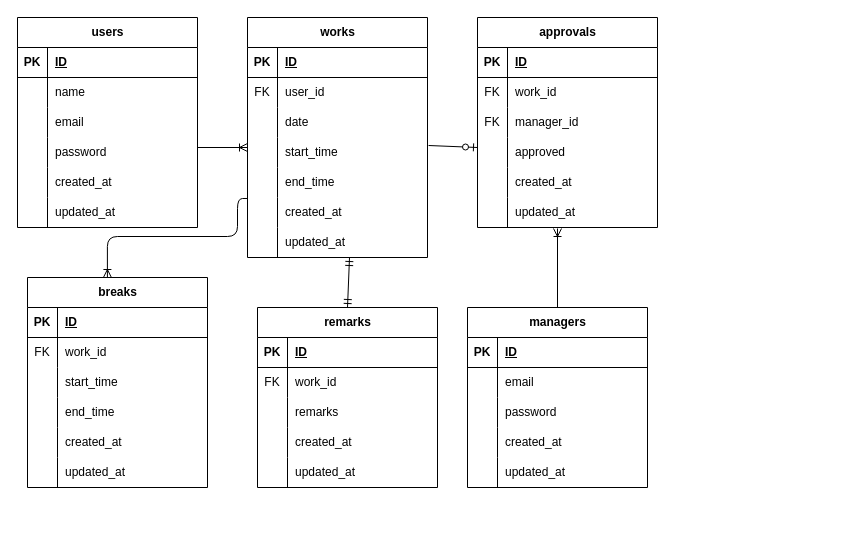
Earlier version of the draw.io diagram kintai-app.dio (aya1204/kintai-app). Source tidied: cells renumbered, new cells numbered last; positions are measured from the earlier drawing's top-left corner, leaving out a move shared by most shapes. Both pictures are drawn from the tidied source at 100%, with x=0, y=0 at pixel (17, 17).
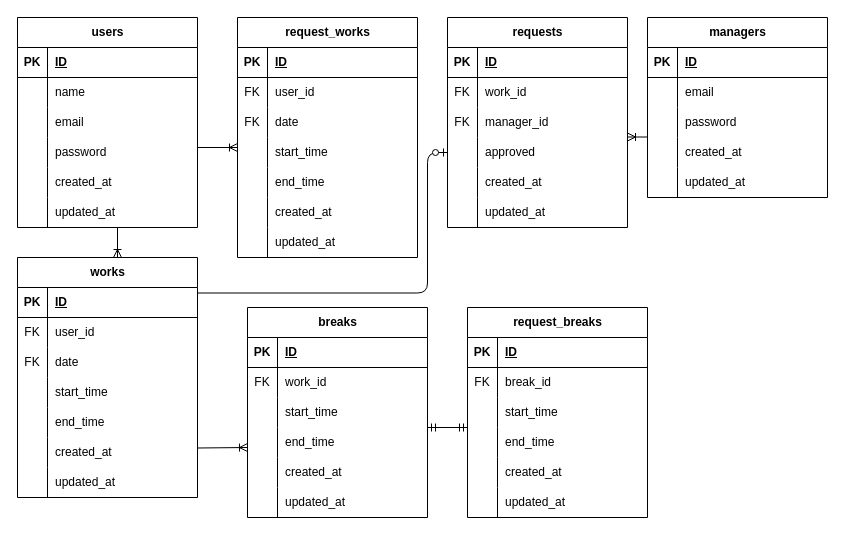
The same diagram, later.

The change refers to these unchanged cells:
```xml
<mxCell id="44" style="shape=tableRow;horizontal=0;startSize=0;swimlaneHead=0;swimlaneBody=0;fillColor=none;top=0;left=0;right=0;bottom=0;" parent="37" vertex="1">
  <mxGeometry y="90" width="180" height="30" as="geometry" />
</mxCell>
<mxCell id="47" style="shape=tableRow;horizontal=0;startSize=0;swimlaneHead=0;swimlaneBody=0;fillColor=none;points=[[0,0.5],[1,0.5]];portConstraint=eastwest;top=0;left=0;right=0;bottom=0;" parent="37" vertex="1">
  <mxGeometry y="120" width="180" height="30" as="geometry" />
</mxCell>
<mxCell id="53" style="shape=tableRow;horizontal=0;startSize=0;swimlaneHead=0;swimlaneBody=0;fillColor=none;points=[[0,0.5],[1,0.5]];portConstraint=eastwest;top=0;left=0;right=0;bottom=0;" parent="37" vertex="1">
  <mxGeometry y="180" width="180" height="30" as="geometry" />
</mxCell>
<mxCell id="104" style="shape=tableRow;horizontal=0;startSize=0;swimlaneHead=0;swimlaneBody=0;fillColor=none;points=[[0,0.5],[1,0.5]];portConstraint=eastwest;top=0;left=0;right=0;bottom=0;" parent="94" vertex="1">
  <mxGeometry y="120" width="180" height="30" as="geometry" />
</mxCell>
```

What changed in the source:
```diff
@@
     <mxCell id="21" value="managers" style="shape=table;startSize=30;childLayout=tableLayout;rowLines=0;fontStyle=1;align=center;html=1;" parent="1" vertex="1">
-      <mxGeometry x="450" y="290" width="180" height="180" as="geometry" />
+      <mxGeometry x="630" width="180" height="180" as="geometry" />
     </mxCell>
@@
     <mxCell id="37" value="works" style="shape=table;startSize=30;childLayout=tableLayout;rowLines=0;fontStyle=1;align=center;html=1;" parent="1" vertex="1">
-      <mxGeometry x="230" width="180" height="240" as="geometry" />
+      <mxGeometry y="240" width="180" height="240" as="geometry" />
     </mxCell>
@@
-    <mxCell id="45" style="shape=partialRectangle;fillColor=none;top=0;left=0;bottom=0;right=0;overflow=hidden;whiteSpace=wrap;html=1;" parent="44" vertex="1">
+    <mxCell id="45" value="FK" style="shape=partialRectangle;fillColor=none;top=0;left=0;bottom=0;right=0;overflow=hidden;whiteSpace=wrap;html=1;" parent="44" vertex="1">
       <mxGeometry width="30" height="30" as="geometry" />
     </mxCell>
@@
     <mxCell id="59" value="breaks" style="shape=table;startSize=30;childLayout=tableLayout;rowLines=0;fontStyle=1;align=center;html=1;" parent="1" vertex="1">
-      <mxGeometry x="10" y="260" width="180" height="210" as="geometry" />
+      <mxGeometry x="230" y="290" width="180" height="210" as="geometry" />
     </mxCell>
@@
-    <mxCell id="78" value="remarks" style="shape=table;startSize=30;childLayout=tableLayout;rowLines=0;fontStyle=1;align=center;html=1;" parent="1" vertex="1">
-      <mxGeometry x="240" y="290" width="180" height="180" as="geometry" />
-    </mxCell>
-    <mxCell id="79" style="shape=tableRow;horizontal=0;startSize=0;swimlaneHead=0;swimlaneBody=0;fillColor=none;top=0;left=0;right=0;bottom=1;" parent="78" vertex="1">
-      <mxGeometry y="30" width="180" height="30" as="geometry" />
-    </mxCell>
-    <mxCell id="80" value="PK" style="shape=partialRectangle;fillColor=none;top=0;left=0;bottom=0;right=0;fontStyle=1;overflow=hidden;whiteSpace=wrap;html=1;" parent="79" vertex="1">
-      <mxGeometry width="30" height="30" as="geometry" />
-    </mxCell>
-    <mxCell id="81" value="ID" style="shape=partialRectangle;fillColor=none;top=0;left=0;bottom=0;right=0;align=left;spacingLeft=6;fontStyle=5;overflow=hidden;whiteSpace=wrap;html=1;" parent="79" vertex="1">
-      <mxGeometry x="30" width="150" height="30" as="geometry" />
-    </mxCell>
-    <mxCell id="82" style="shape=tableRow;horizontal=0;startSize=0;swimlaneHead=0;swimlaneBody=0;fillColor=none;top=0;left=0;right=0;bottom=0;" parent="78" vertex="1">
-      <mxGeometry y="60" width="180" height="30" as="geometry" />
-    </mxCell>
-    <mxCell id="83" value="FK" style="shape=partialRectangle;fillColor=none;top=0;left=0;bottom=0;right=0;overflow=hidden;whiteSpace=wrap;html=1;" parent="82" vertex="1">
-      <mxGeometry width="30" height="30" as="geometry" />
-    </mxCell>
-    <mxCell id="84" value="work_id" style="shape=partialRectangle;fillColor=none;top=0;left=0;bottom=0;right=0;align=left;spacingLeft=6;overflow=hidden;whiteSpace=wrap;html=1;" parent="82" vertex="1">
-      <mxGeometry x="30" width="150" height="30" as="geometry" />
-    </mxCell>
-    <mxCell id="85" style="shape=tableRow;horizontal=0;startSize=0;swimlaneHead=0;swimlaneBody=0;fillColor=none;top=0;left=0;right=0;bottom=0;" parent="78" vertex="1">
-      <mxGeometry y="90" width="180" height="30" as="geometry" />
-    </mxCell>
-    <mxCell id="86" style="shape=partialRectangle;fillColor=none;top=0;left=0;bottom=0;right=0;overflow=hidden;whiteSpace=wrap;html=1;" parent="85" vertex="1">
-      <mxGeometry width="30" height="30" as="geometry" />
-    </mxCell>
-    <mxCell id="87" value="remarks" style="shape=partialRectangle;fillColor=none;top=0;left=0;bottom=0;right=0;align=left;spacingLeft=6;overflow=hidden;whiteSpace=wrap;html=1;" parent="85" vertex="1">
-      <mxGeometry x="30" width="150" height="30" as="geometry" />
-    </mxCell>
-    <mxCell id="88" style="shape=tableRow;horizontal=0;startSize=0;swimlaneHead=0;swimlaneBody=0;fillColor=none;top=0;left=0;right=0;bottom=0;" parent="78" vertex="1">
-      <mxGeometry y="120" width="180" height="30" as="geometry" />
-    </mxCell>
-    <mxCell id="89" style="shape=partialRectangle;fillColor=none;top=0;left=0;bottom=0;right=0;overflow=hidden;whiteSpace=wrap;html=1;" parent="88" vertex="1">
-      <mxGeometry width="30" height="30" as="geometry" />
-    </mxCell>
-    <mxCell id="90" value="created_at" style="shape=partialRectangle;fillColor=none;top=0;left=0;bottom=0;right=0;align=left;spacingLeft=6;overflow=hidden;whiteSpace=wrap;html=1;" parent="88" vertex="1">
-      <mxGeometry x="30" width="150" height="30" as="geometry" />
-    </mxCell>
-    <mxCell id="91" style="shape=tableRow;horizontal=0;startSize=0;swimlaneHead=0;swimlaneBody=0;fillColor=none;top=0;left=0;right=0;bottom=0;" parent="78" vertex="1">
-      <mxGeometry y="150" width="180" height="30" as="geometry" />
-    </mxCell>
-    <mxCell id="92" style="shape=partialRectangle;fillColor=none;top=0;left=0;bottom=0;right=0;overflow=hidden;whiteSpace=wrap;html=1;" parent="91" vertex="1">
-      <mxGeometry width="30" height="30" as="geometry" />
-    </mxCell>
-    <mxCell id="93" value="updated_at" style="shape=partialRectangle;fillColor=none;top=0;left=0;bottom=0;right=0;align=left;spacingLeft=6;overflow=hidden;whiteSpace=wrap;html=1;" parent="91" vertex="1">
-      <mxGeometry x="30" width="150" height="30" as="geometry" />
-    </mxCell>
-    <mxCell id="94" value="approvals" style="shape=table;startSize=30;childLayout=tableLayout;rowLines=0;fontStyle=1;align=center;html=1;" parent="1" vertex="1">
-      <mxGeometry x="460" width="180" height="210" as="geometry" />
+    <mxCell id="94" value="requests" style="shape=table;startSize=30;childLayout=tableLayout;rowLines=0;fontStyle=1;align=center;html=1;" parent="1" vertex="1">
+      <mxGeometry x="430" width="180" height="210" as="geometry" />
     </mxCell>
@@
-    <mxCell id="113" style="fontSize=12;html=1;endArrow=ERoneToMany;exitX=0.5;exitY=0;exitDx=0;exitDy=0;" parent="1" edge="1" source="21">
+    <mxCell id="113" style="fontSize=12;html=1;endArrow=ERoneToMany;" parent="1" edge="1">
       <mxGeometry relative="1" as="geometry">
-        <mxPoint x="540" y="211" as="targetPoint" />
+        <mxPoint x="630" y="119.5" as="sourcePoint" />
+        <mxPoint x="610" y="119.5" as="targetPoint" />
       </mxGeometry>
     </mxCell>
-    <mxCell id="114" style="fontSize=12;html=1;endArrow=ERoneToMany;edgeStyle=orthogonalEdgeStyle;entryX=0.444;entryY=0;entryDx=0;entryDy=0;entryPerimeter=0;exitX=0;exitY=0.033;exitDx=0;exitDy=0;exitPerimeter=0;" parent="1" edge="1" source="53" target="59">
+    <mxCell id="114" style="fontSize=12;html=1;endArrow=ERoneToMany;exitX=1.011;exitY=0.183;exitDx=0;exitDy=0;exitPerimeter=0;" parent="1" edge="1">
       <mxGeometry relative="1" as="geometry">
-        <Array as="points">
-          <mxPoint x="220" y="181" />
-          <mxPoint x="220" y="219" />
-          <mxPoint x="90" y="219" />
-        </Array>
+        <mxPoint x="180" y="430.5" as="sourcePoint" />
+        <mxPoint x="230" y="430" as="targetPoint" />
       </mxGeometry>
     </mxCell>
-    <mxCell id="115" style="fontSize=12;html=1;endArrow=ERmandOne;startArrow=ERmandOne;exitX=0.5;exitY=0;exitDx=0;exitDy=0;" parent="1" edge="1" source="78">
-      <mxGeometry relative="1" as="geometry">
-        <mxPoint x="332" y="240" as="targetPoint" />
-      </mxGeometry>
-    </mxCell>
     <mxCell id="116" style="fontSize=12;html=1;endArrow=ERoneToMany;exitX=0;exitY=0.5;exitDx=0;exitDy=0;" parent="1" edge="1">
       <mxGeometry relative="1" as="geometry">
         <mxPoint x="180" y="130" as="sourcePoint" />
-        <mxPoint x="230" y="130" as="targetPoint" />
+        <mxPoint x="220" y="130" as="targetPoint" />
       </mxGeometry>
     </mxCell>
-    <mxCell id="117" style="fontSize=12;html=1;endArrow=ERzeroToOne;endFill=1;exitX=1.006;exitY=0.267;exitDx=0;exitDy=0;exitPerimeter=0;" parent="1" edge="1" source="47">
+    <mxCell id="117" style="fontSize=12;html=1;endArrow=ERzeroToOne;endFill=1;exitX=1.011;exitY=0.083;exitDx=0;exitDy=0;exitPerimeter=0;edgeStyle=orthogonalEdgeStyle;entryX=0;entryY=0.5;entryDx=0;entryDy=0;" parent="1" edge="1" target="104">
       <mxGeometry relative="1" as="geometry">
-        <mxPoint x="460" y="130" as="targetPoint" />
+        <mxPoint x="180" y="275.5" as="sourcePoint" />
+        <Array as="points">
+          <mxPoint x="410" y="276" />
+          <mxPoint x="410" y="135" />
+        </Array>
       </mxGeometry>
     </mxCell>
+    <mxCell id="118" value="request_works" style="shape=table;startSize=30;childLayout=tableLayout;rowLines=0;fontStyle=1;align=center;html=1;" parent="1" vertex="1">
+      <mxGeometry x="220" width="180" height="240" as="geometry" />
+    </mxCell>
+    <mxCell id="119" style="shape=tableRow;horizontal=0;startSize=0;swimlaneHead=0;swimlaneBody=0;fillColor=none;top=0;left=0;right=0;bottom=1;" parent="118" vertex="1">
+      <mxGeometry y="30" width="180" height="30" as="geometry" />
+    </mxCell>
+    <mxCell id="120" value="PK" style="shape=partialRectangle;fillColor=none;top=0;left=0;bottom=0;right=0;fontStyle=1;overflow=hidden;whiteSpace=wrap;html=1;" parent="119" vertex="1">
+      <mxGeometry width="30" height="30" as="geometry" />
+    </mxCell>
+    <mxCell id="121" value="ID" style="shape=partialRectangle;fillColor=none;top=0;left=0;bottom=0;right=0;align=left;spacingLeft=6;fontStyle=5;overflow=hidden;whiteSpace=wrap;html=1;" parent="119" vertex="1">
+      <mxGeometry x="30" width="150" height="30" as="geometry" />
+    </mxCell>
+    <mxCell id="122" style="shape=tableRow;horizontal=0;startSize=0;swimlaneHead=0;swimlaneBody=0;fillColor=none;top=0;left=0;right=0;bottom=0;" parent="118" vertex="1">
+      <mxGeometry y="60" width="180" height="30" as="geometry" />
+    </mxCell>
+    <mxCell id="123" value="FK" style="shape=partialRectangle;fillColor=none;top=0;left=0;bottom=0;right=0;overflow=hidden;whiteSpace=wrap;html=1;" parent="122" vertex="1">
+      <mxGeometry width="30" height="30" as="geometry" />
+    </mxCell>
+    <mxCell id="124" value="user_id" style="shape=partialRectangle;fillColor=none;top=0;left=0;bottom=0;right=0;align=left;spacingLeft=6;overflow=hidden;whiteSpace=wrap;html=1;" parent="122" vertex="1">
+      <mxGeometry x="30" width="150" height="30" as="geometry" />
+    </mxCell>
+    <mxCell id="125" style="shape=tableRow;horizontal=0;startSize=0;swimlaneHead=0;swimlaneBody=0;fillColor=none;top=0;left=0;right=0;bottom=0;" parent="118" vertex="1">
+      <mxGeometry y="90" width="180" height="30" as="geometry" />
+    </mxCell>
+    <mxCell id="126" value="FK" style="shape=partialRectangle;fillColor=none;top=0;left=0;bottom=0;right=0;overflow=hidden;whiteSpace=wrap;html=1;" parent="125" vertex="1">
+      <mxGeometry width="30" height="30" as="geometry" />
+    </mxCell>
+    <mxCell id="127" value="date" style="shape=partialRectangle;fillColor=none;top=0;left=0;bottom=0;right=0;align=left;spacingLeft=6;overflow=hidden;whiteSpace=wrap;html=1;" parent="125" vertex="1">
+      <mxGeometry x="30" width="150" height="30" as="geometry" />
+    </mxCell>
+    <mxCell id="128" style="shape=tableRow;horizontal=0;startSize=0;swimlaneHead=0;swimlaneBody=0;fillColor=none;top=0;left=0;right=0;bottom=0;" parent="118" vertex="1">
+      <mxGeometry y="120" width="180" height="30" as="geometry" />
+    </mxCell>
+    <mxCell id="129" style="shape=partialRectangle;fillColor=none;top=0;left=0;bottom=0;right=0;overflow=hidden;whiteSpace=wrap;html=1;" parent="128" vertex="1">
+      <mxGeometry width="30" height="30" as="geometry" />
+    </mxCell>
+    <mxCell id="130" value="start_time" style="shape=partialRectangle;fillColor=none;top=0;left=0;bottom=0;right=0;align=left;spacingLeft=6;overflow=hidden;whiteSpace=wrap;html=1;" parent="128" vertex="1">
+      <mxGeometry x="30" width="150" height="30" as="geometry" />
+    </mxCell>
+    <mxCell id="131" style="shape=tableRow;horizontal=0;startSize=0;swimlaneHead=0;swimlaneBody=0;fillColor=none;top=0;left=0;right=0;bottom=0;" parent="118" vertex="1">
+      <mxGeometry y="150" width="180" height="30" as="geometry" />
+    </mxCell>
+    <mxCell id="132" style="shape=partialRectangle;fillColor=none;top=0;left=0;bottom=0;right=0;overflow=hidden;whiteSpace=wrap;html=1;" parent="131" vertex="1">
+      <mxGeometry width="30" height="30" as="geometry" />
+    </mxCell>
+    <mxCell id="133" value="end_time" style="shape=partialRectangle;fillColor=none;top=0;left=0;bottom=0;right=0;align=left;spacingLeft=6;overflow=hidden;whiteSpace=wrap;html=1;" parent="131" vertex="1">
+      <mxGeometry x="30" width="150" height="30" as="geometry" />
+    </mxCell>
+    <mxCell id="134" style="shape=tableRow;horizontal=0;startSize=0;swimlaneHead=0;swimlaneBody=0;fillColor=none;top=0;left=0;right=0;bottom=0;" parent="118" vertex="1">
+      <mxGeometry y="180" width="180" height="30" as="geometry" />
+    </mxCell>
+    <mxCell id="135" style="shape=partialRectangle;fillColor=none;top=0;left=0;bottom=0;right=0;overflow=hidden;whiteSpace=wrap;html=1;" parent="134" vertex="1">
+      <mxGeometry width="30" height="30" as="geometry" />
+    </mxCell>
+    <mxCell id="136" value="created_at" style="shape=partialRectangle;fillColor=none;top=0;left=0;bottom=0;right=0;align=left;spacingLeft=6;overflow=hidden;whiteSpace=wrap;html=1;" parent="134" vertex="1">
+      <mxGeometry x="30" width="150" height="30" as="geometry" />
+    </mxCell>
+    <mxCell id="137" style="shape=tableRow;horizontal=0;startSize=0;swimlaneHead=0;swimlaneBody=0;fillColor=none;top=0;left=0;right=0;bottom=0;" parent="118" vertex="1">
+      <mxGeometry y="210" width="180" height="30" as="geometry" />
+    </mxCell>
+    <mxCell id="138" style="shape=partialRectangle;fillColor=none;top=0;left=0;bottom=0;right=0;overflow=hidden;whiteSpace=wrap;html=1;" parent="137" vertex="1">
+      <mxGeometry width="30" height="30" as="geometry" />
+    </mxCell>
+    <mxCell id="139" value="updated_at" style="shape=partialRectangle;fillColor=none;top=0;left=0;bottom=0;right=0;align=left;spacingLeft=6;overflow=hidden;whiteSpace=wrap;html=1;" parent="137" vertex="1">
+      <mxGeometry x="30" width="150" height="30" as="geometry" />
+    </mxCell>
+    <mxCell id="140" value="request_breaks" style="shape=table;startSize=30;childLayout=tableLayout;rowLines=0;fontStyle=1;align=center;html=1;" parent="1" vertex="1">
+      <mxGeometry x="450" y="290" width="180" height="210" as="geometry" />
+    </mxCell>
+    <mxCell id="141" style="shape=tableRow;horizontal=0;startSize=0;swimlaneHead=0;swimlaneBody=0;fillColor=none;top=0;left=0;right=0;bottom=1;" parent="140" vertex="1">
+      <mxGeometry y="30" width="180" height="30" as="geometry" />
+    </mxCell>
+    <mxCell id="142" value="PK" style="shape=partialRectangle;fillColor=none;top=0;left=0;bottom=0;right=0;fontStyle=1;overflow=hidden;whiteSpace=wrap;html=1;" parent="141" vertex="1">
+      <mxGeometry width="30" height="30" as="geometry" />
+    </mxCell>
+    <mxCell id="143" value="ID" style="shape=partialRectangle;fillColor=none;top=0;left=0;bottom=0;right=0;align=left;spacingLeft=6;fontStyle=5;overflow=hidden;whiteSpace=wrap;html=1;" parent="141" vertex="1">
+      <mxGeometry x="30" width="150" height="30" as="geometry" />
+    </mxCell>
+    <mxCell id="144" style="shape=tableRow;horizontal=0;startSize=0;swimlaneHead=0;swimlaneBody=0;fillColor=none;top=0;left=0;right=0;bottom=0;" parent="140" vertex="1">
+      <mxGeometry y="60" width="180" height="30" as="geometry" />
+    </mxCell>
+    <mxCell id="145" value="FK" style="shape=partialRectangle;fillColor=none;top=0;left=0;bottom=0;right=0;overflow=hidden;whiteSpace=wrap;html=1;" parent="144" vertex="1">
+      <mxGeometry width="30" height="30" as="geometry" />
+    </mxCell>
+    <mxCell id="146" value="break_id" style="shape=partialRectangle;fillColor=none;top=0;left=0;bottom=0;right=0;align=left;spacingLeft=6;overflow=hidden;whiteSpace=wrap;html=1;" parent="144" vertex="1">
+      <mxGeometry x="30" width="150" height="30" as="geometry" />
+    </mxCell>
+    <mxCell id="147" style="shape=tableRow;horizontal=0;startSize=0;swimlaneHead=0;swimlaneBody=0;fillColor=none;top=0;left=0;right=0;bottom=0;" parent="140" vertex="1">
+      <mxGeometry y="90" width="180" height="30" as="geometry" />
+    </mxCell>
+    <mxCell id="148" style="shape=partialRectangle;fillColor=none;top=0;left=0;bottom=0;right=0;overflow=hidden;whiteSpace=wrap;html=1;" parent="147" vertex="1">
+      <mxGeometry width="30" height="30" as="geometry" />
+    </mxCell>
+    <mxCell id="149" value="start_time" style="shape=partialRectangle;fillColor=none;top=0;left=0;bottom=0;right=0;align=left;spacingLeft=6;overflow=hidden;whiteSpace=wrap;html=1;" parent="147" vertex="1">
+      <mxGeometry x="30" width="150" height="30" as="geometry" />
+    </mxCell>
+    <mxCell id="150" style="shape=tableRow;horizontal=0;startSize=0;swimlaneHead=0;swimlaneBody=0;fillColor=none;top=0;left=0;right=0;bottom=0;" parent="140" vertex="1">
+      <mxGeometry y="120" width="180" height="30" as="geometry" />
+    </mxCell>
+    <mxCell id="151" style="shape=partialRectangle;fillColor=none;top=0;left=0;bottom=0;right=0;overflow=hidden;whiteSpace=wrap;html=1;" parent="150" vertex="1">
+      <mxGeometry width="30" height="30" as="geometry" />
+    </mxCell>
+    <mxCell id="152" value="end_time" style="shape=partialRectangle;fillColor=none;top=0;left=0;bottom=0;right=0;align=left;spacingLeft=6;overflow=hidden;whiteSpace=wrap;html=1;" parent="150" vertex="1">
+      <mxGeometry x="30" width="150" height="30" as="geometry" />
+    </mxCell>
+    <mxCell id="153" style="shape=tableRow;horizontal=0;startSize=0;swimlaneHead=0;swimlaneBody=0;fillColor=none;top=0;left=0;right=0;bottom=0;" parent="140" vertex="1">
+      <mxGeometry y="150" width="180" height="30" as="geometry" />
+    </mxCell>
+    <mxCell id="154" style="shape=partialRectangle;fillColor=none;top=0;left=0;bottom=0;right=0;overflow=hidden;whiteSpace=wrap;html=1;" parent="153" vertex="1">
+      <mxGeometry width="30" height="30" as="geometry" />
+    </mxCell>
+    <mxCell id="155" value="created_at" style="shape=partialRectangle;fillColor=none;top=0;left=0;bottom=0;right=0;align=left;spacingLeft=6;overflow=hidden;whiteSpace=wrap;html=1;" parent="153" vertex="1">
+      <mxGeometry x="30" width="150" height="30" as="geometry" />
+    </mxCell>
+    <mxCell id="156" style="shape=tableRow;horizontal=0;startSize=0;swimlaneHead=0;swimlaneBody=0;fillColor=none;top=0;left=0;right=0;bottom=0;" parent="140" vertex="1">
+      <mxGeometry y="180" width="180" height="30" as="geometry" />
+    </mxCell>
+    <mxCell id="157" style="shape=partialRectangle;fillColor=none;top=0;left=0;bottom=0;right=0;overflow=hidden;whiteSpace=wrap;html=1;" parent="156" vertex="1">
+      <mxGeometry width="30" height="30" as="geometry" />
+    </mxCell>
+    <mxCell id="158" value="updated_at" style="shape=partialRectangle;fillColor=none;top=0;left=0;bottom=0;right=0;align=left;spacingLeft=6;overflow=hidden;whiteSpace=wrap;html=1;" parent="156" vertex="1">
+      <mxGeometry x="30" width="150" height="30" as="geometry" />
+    </mxCell>
+    <mxCell id="159" style="fontSize=12;html=1;endArrow=ERmandOne;startArrow=ERmandOne;" parent="1" edge="1">
+      <mxGeometry relative="1" as="geometry">
+        <mxPoint x="410" y="410" as="sourcePoint" />
+        <mxPoint x="450" y="410" as="targetPoint" />
+      </mxGeometry>
+    </mxCell>
+    <mxCell id="160" style="fontSize=12;html=1;endArrow=ERoneToMany;exitX=0;exitY=0.5;exitDx=0;exitDy=0;" parent="1" edge="1">
+      <mxGeometry relative="1" as="geometry">
+        <mxPoint x="100" y="210" as="sourcePoint" />
+        <mxPoint x="100" y="240" as="targetPoint" />
+      </mxGeometry>
+    </mxCell>
```
